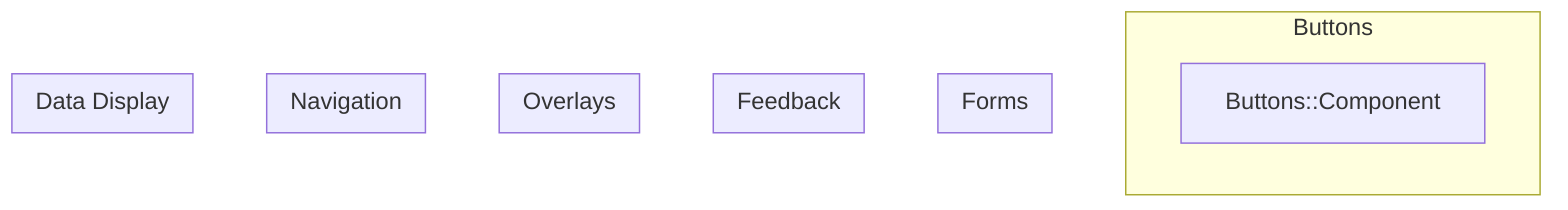
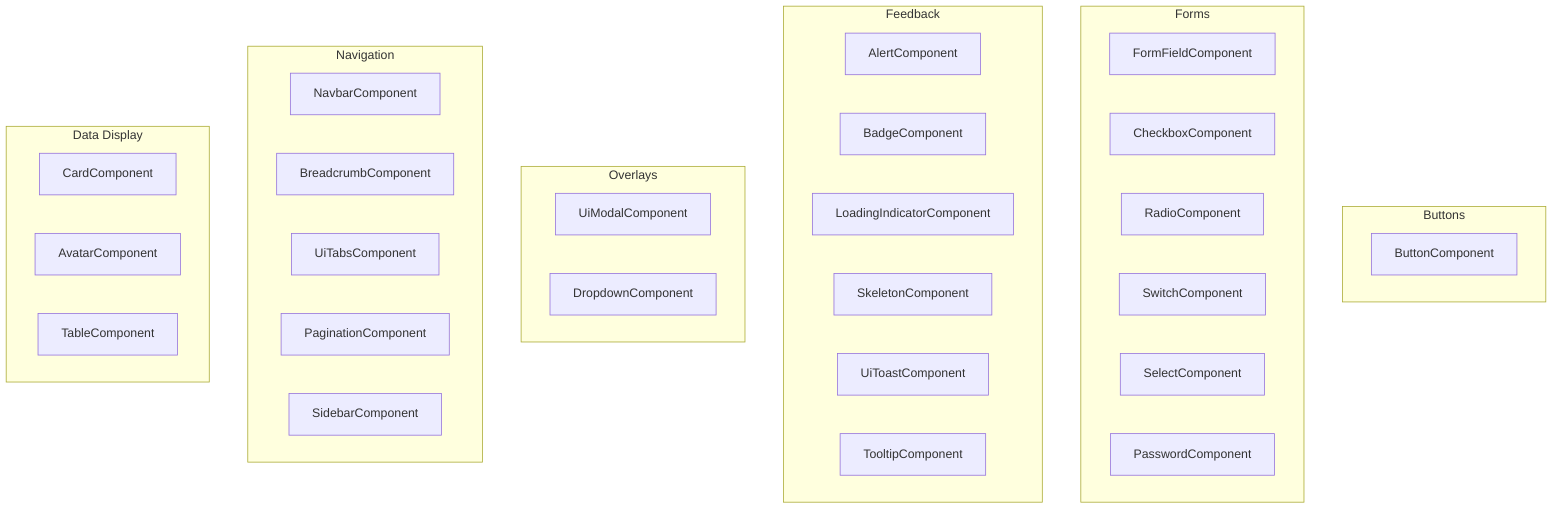
flowchart TB
  subgraph buttons["Buttons"]
-     buttons_component["Buttons::Component"]
+     button_component["ButtonComponent"]
  end

  subgraph forms["Forms"]
-     %% Components go here.
+     form_field_component["FormFieldComponent"]
+     checkbox_component["CheckboxComponent"]
+     radio_component["RadioComponent"]
+     switch_component["SwitchComponent"]
+     select_component["SelectComponent"]
+     password_component["PasswordComponent"]
  end

  subgraph feedback["Feedback"]
-     %% Components go here.
+     alert_component["AlertComponent"]
+     badge_component["BadgeComponent"]
+     loading_indicator_component["LoadingIndicatorComponent"]
+     skeleton_component["SkeletonComponent"]
+     ui_toast_component["UiToastComponent"]
+     tooltip_component["TooltipComponent"]
  end

  subgraph overlays["Overlays"]
-     %% Components go here.
+     ui_modal_component["UiModalComponent"]
+     dropdown_component["DropdownComponent"]
  end

  subgraph navigation["Navigation"]
-     %% Components go here.
+     navbar_component["NavbarComponent"]
+     breadcrumb_component["BreadcrumbComponent"]
+     ui_tabs_component["UiTabsComponent"]
+     pagination_component["PaginationComponent"]
+     sidebar_component["SidebarComponent"]
  end

  subgraph data_display["Data Display"]
-     %% Components go here.
+     card_component["CardComponent"]
+     avatar_component["AvatarComponent"]
+     table_component["TableComponent"]
  end
